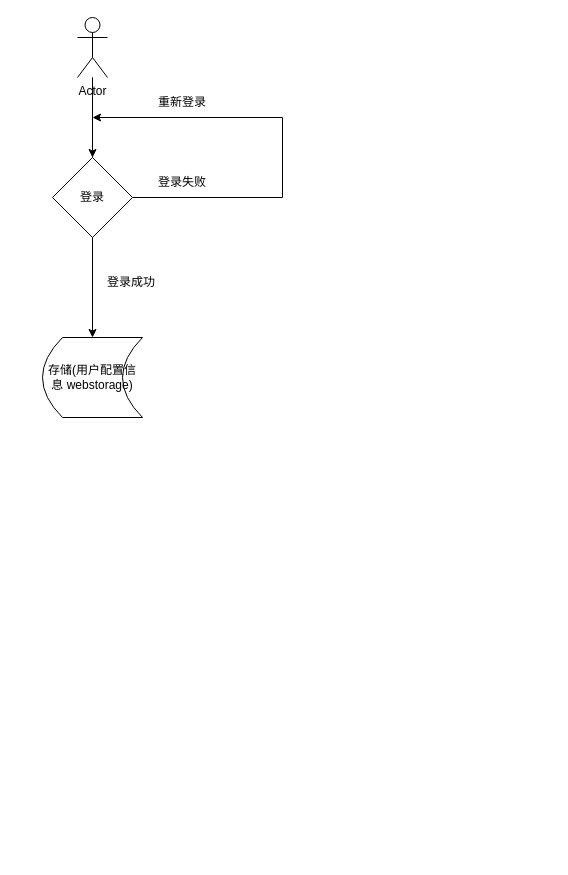
Before: login.drawio in Jinxishihenian/mind_mapping, a draw.io diagram. Source tidied: cells renumbered, new cells numbered last; positions are measured from the earlier drawing's top-left corner, leaving out a move shared by most shapes. Both pictures are drawn from the tidied source at 100%, with x=0, y=0 at pixel (42, 17).
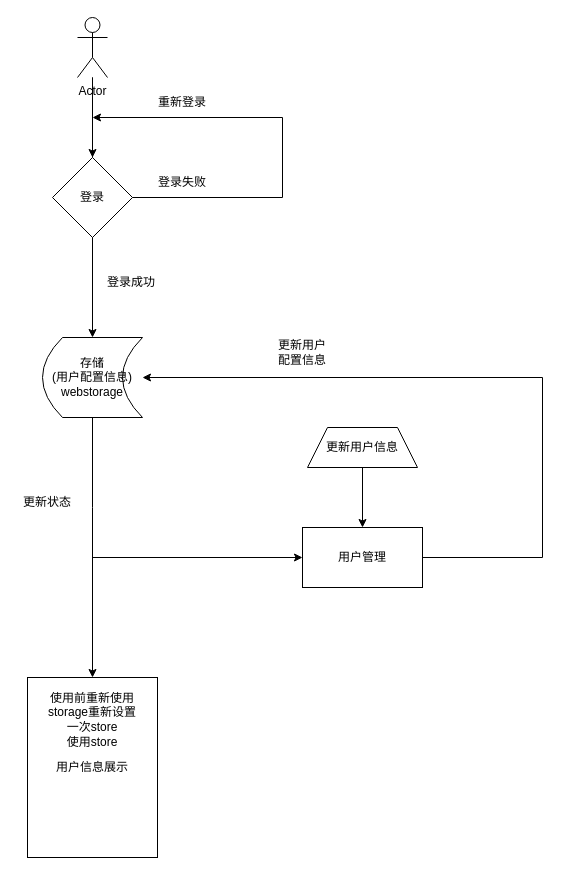
Above is the later version.

The edit, as a diff of the source:
```diff
@@
-    <mxCell id="12" value="存储(用户配置信息 webstorage)" style="shape=dataStorage;whiteSpace=wrap;html=1;fixedSize=1;" parent="1" vertex="1">
+    <mxCell id="12" value="存储&lt;br&gt;(用户配置信息) webstorage&lt;br&gt;" style="shape=dataStorage;whiteSpace=wrap;html=1;fixedSize=1;" parent="1" vertex="1">
       <mxGeometry y="320" width="100" height="80" as="geometry" />
     </mxCell>
@@
+    <mxCell id="14" value="用户信息展示" style="rounded=0;whiteSpace=wrap;html=1;" parent="1" vertex="1">
+      <mxGeometry x="-15" y="660" width="130" height="180" as="geometry" />
+    </mxCell>
+    <mxCell id="15" style="endArrow=classic;html=1;rounded=0;exitX=0.5;exitY=1;exitDx=0;exitDy=0;entryX=0.5;entryY=0;entryDx=0;entryDy=0;" parent="1" edge="1" source="12" target="14">
+      <mxGeometry relative="1" as="geometry">
+        <Array as="points">
+          <mxPoint x="50" y="490" />
+        </Array>
+      </mxGeometry>
+    </mxCell>
+    <mxCell id="16" style="endArrow=classic;html=1;rounded=0;" parent="1" edge="1" target="17">
+      <mxGeometry relative="1" as="geometry">
+        <mxPoint x="50" y="540" as="sourcePoint" />
+      </mxGeometry>
+    </mxCell>
+    <mxCell id="17" value="用户管理" style="rounded=0;whiteSpace=wrap;html=1;" parent="1" vertex="1">
+      <mxGeometry x="260" y="510" width="120" height="60" as="geometry" />
+    </mxCell>
+    <mxCell id="18" value="更新用户信息" style="shape=trapezoid;perimeter=trapezoidPerimeter;whiteSpace=wrap;html=1;fixedSize=1;" parent="1" vertex="1">
+      <mxGeometry x="265" y="410" width="110" height="40" as="geometry" />
+    </mxCell>
+    <mxCell id="19" style="endArrow=classic;html=1;rounded=0;entryX=0.5;entryY=0;entryDx=0;entryDy=0;exitX=0.5;exitY=1;exitDx=0;exitDy=0;" parent="1" edge="1" source="18" target="17">
+      <mxGeometry relative="1" as="geometry" />
+    </mxCell>
+    <mxCell id="20" style="endArrow=classic;html=1;rounded=0;entryX=1;entryY=0.5;entryDx=0;entryDy=0;exitX=1;exitY=0.5;exitDx=0;exitDy=0;" parent="1" edge="1" source="17" target="12">
+      <mxGeometry relative="1" as="geometry">
+        <Array as="points">
+          <mxPoint x="500" y="540" />
+          <mxPoint x="500" y="360" />
+        </Array>
+      </mxGeometry>
+    </mxCell>
+    <mxCell id="21" value="更新状态" style="text;html=1;strokeColor=none;fillColor=none;align=center;verticalAlign=middle;whiteSpace=wrap;rounded=0;" parent="1" vertex="1">
+      <mxGeometry x="-25" y="470" width="60" height="30" as="geometry" />
+    </mxCell>
+    <mxCell id="22" value="更新用户配置信息" style="text;html=1;strokeColor=none;fillColor=none;align=center;verticalAlign=middle;whiteSpace=wrap;rounded=0;" parent="1" vertex="1">
+      <mxGeometry x="230" y="320" width="60" height="30" as="geometry" />
+    </mxCell>
+    <mxCell id="23" value="使用前重新使用storage重新设置一次store" style="text;html=1;strokeColor=none;fillColor=none;align=center;verticalAlign=middle;whiteSpace=wrap;rounded=0;" parent="1" vertex="1">
+      <mxGeometry y="630" width="100" height="130" as="geometry" />
+    </mxCell>
+    <mxCell id="24" value="使用store" style="text;html=1;strokeColor=none;fillColor=none;align=center;verticalAlign=middle;whiteSpace=wrap;rounded=0;" parent="1" vertex="1">
+      <mxGeometry x="20" y="710" width="60" height="30" as="geometry" />
+    </mxCell>
```
